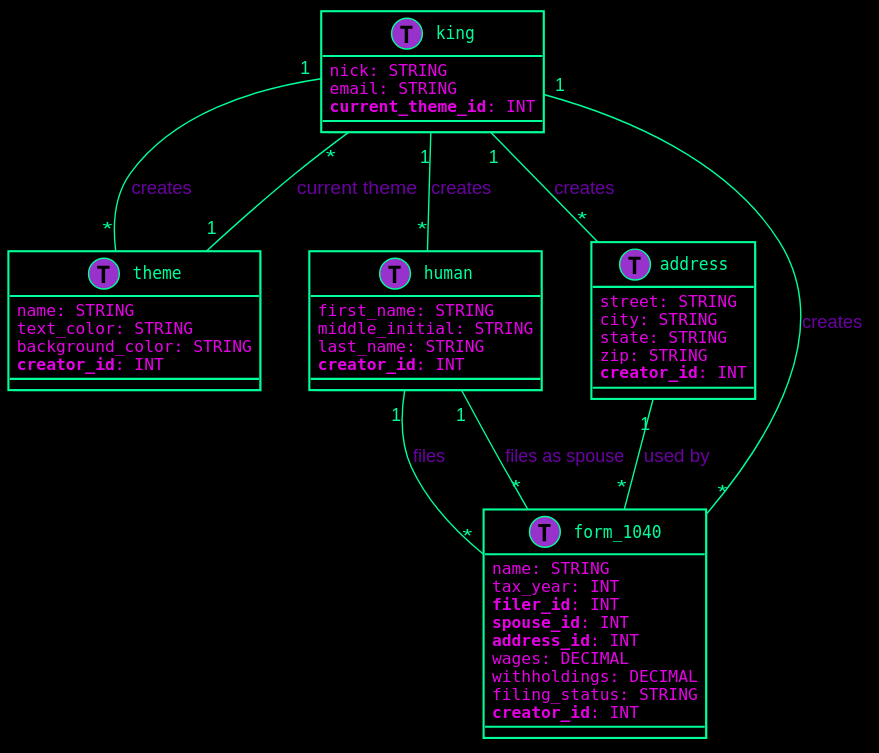
Before: schema.svg, a diagram exported from PlantUML (ozzloy/tax-back).
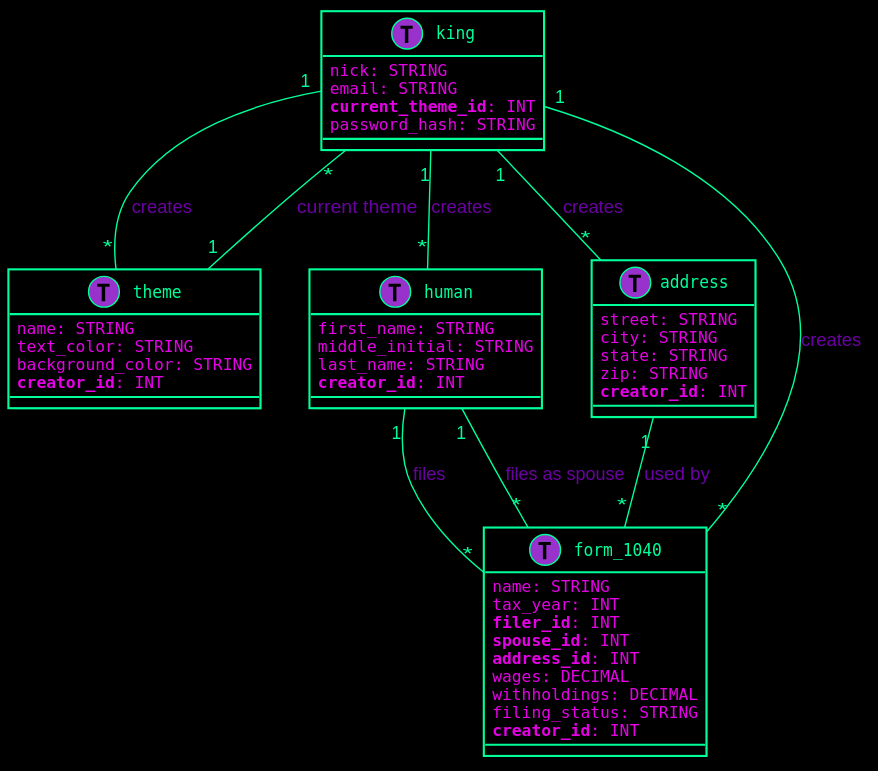
The same diagram one commit later.

Commit message:
add password_hash to schema

Diff of the diagram source:
```diff
@@ -20,6 +20,7 @@
     nick: STRING
     email: STRING
     <b>current_theme_id</b>: INT
+    password_hash: STRING
 }
 
 class theme << (T,#9932CC) >> {
```
